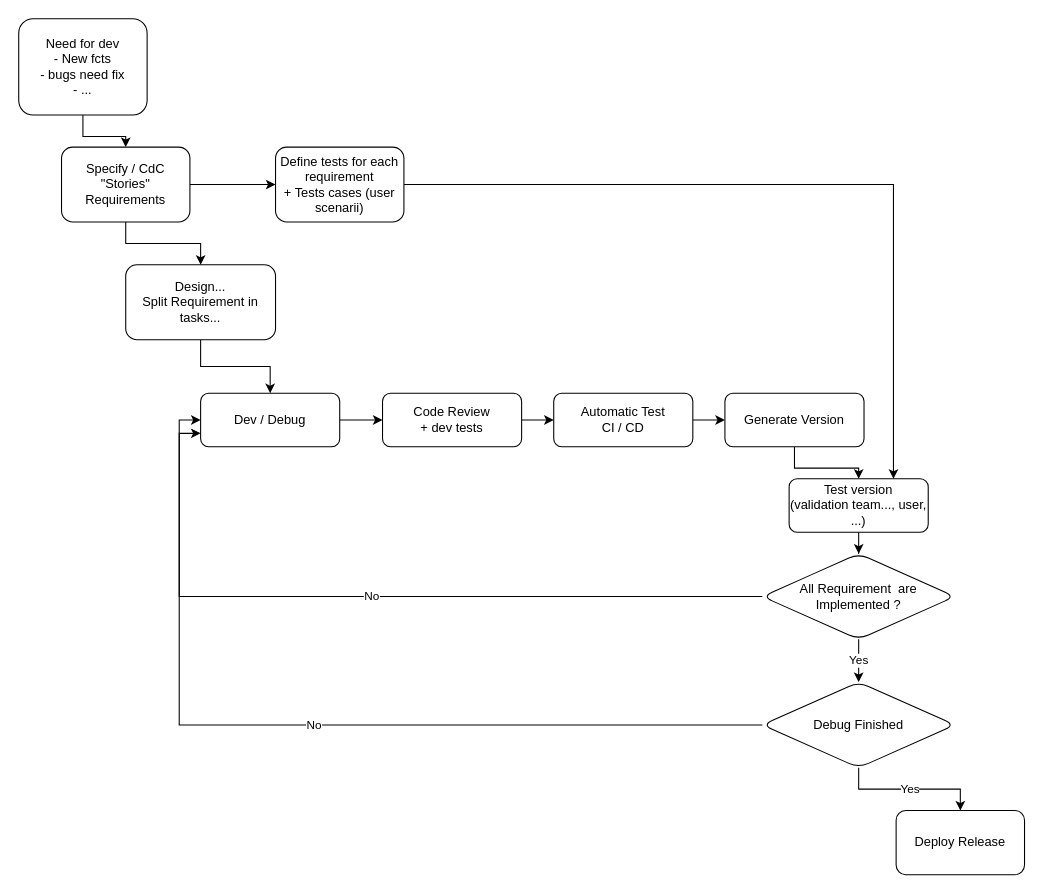
Before: SW-Process.drawio in ParaPimo/parapimo-sandbox, a draw.io diagram. Source tidied: cells renumbered, new cells numbered last; positions are measured from the earlier drawing's top-left corner, leaving out a move shared by most shapes. Both pictures are drawn from the tidied source at 107%, with x=0, y=0 at pixel (18, 18).
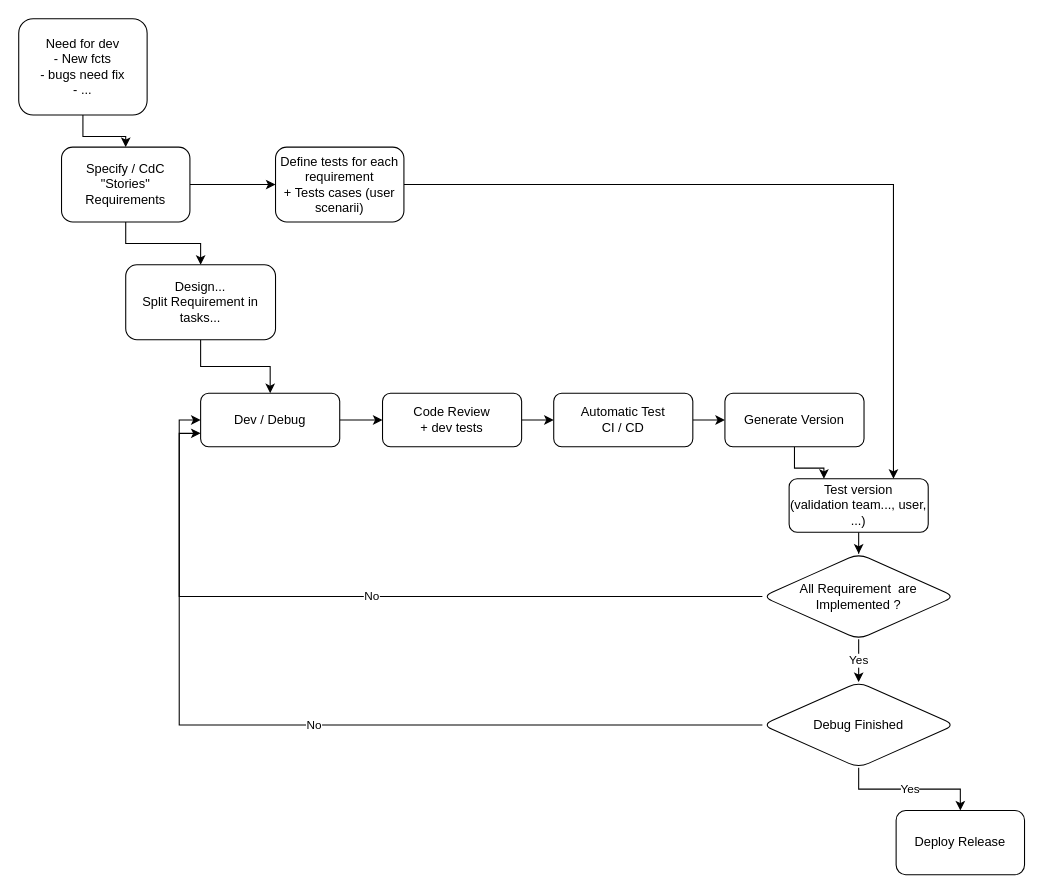
Above is the later version.

The change refers to these unchanged cells:
```xml
<mxCell id="16" value="Generate Version" style="rounded=1;whiteSpace=wrap;html=1;fontSize=12;glass=0;strokeWidth=1;shadow=0;" parent="1" vertex="1">
  <mxGeometry x="660" y="350" width="130" height="50" as="geometry" />
</mxCell>
<mxCell id="18" value="Test version&lt;br&gt;(validation team..., user, ...)" style="rounded=1;whiteSpace=wrap;html=1;fontSize=12;glass=0;strokeWidth=1;shadow=0;" parent="1" vertex="1">
  <mxGeometry x="720" y="430" width="130" height="50" as="geometry" />
</mxCell>
```

What changed in the source:
```diff
@@
-    <mxCell id="15" style="edgeStyle=orthogonalEdgeStyle;rounded=0;jettySize=auto;html=1;" parent="1" edge="1" source="16" target="18">
+    <mxCell id="15" style="edgeStyle=orthogonalEdgeStyle;rounded=0;jettySize=auto;html=1;entryX=0.25;entryY=0;entryDx=0;entryDy=0;" parent="1" edge="1" source="16" target="18">
       <mxGeometry relative="1" as="geometry" />
     </mxCell>
```
